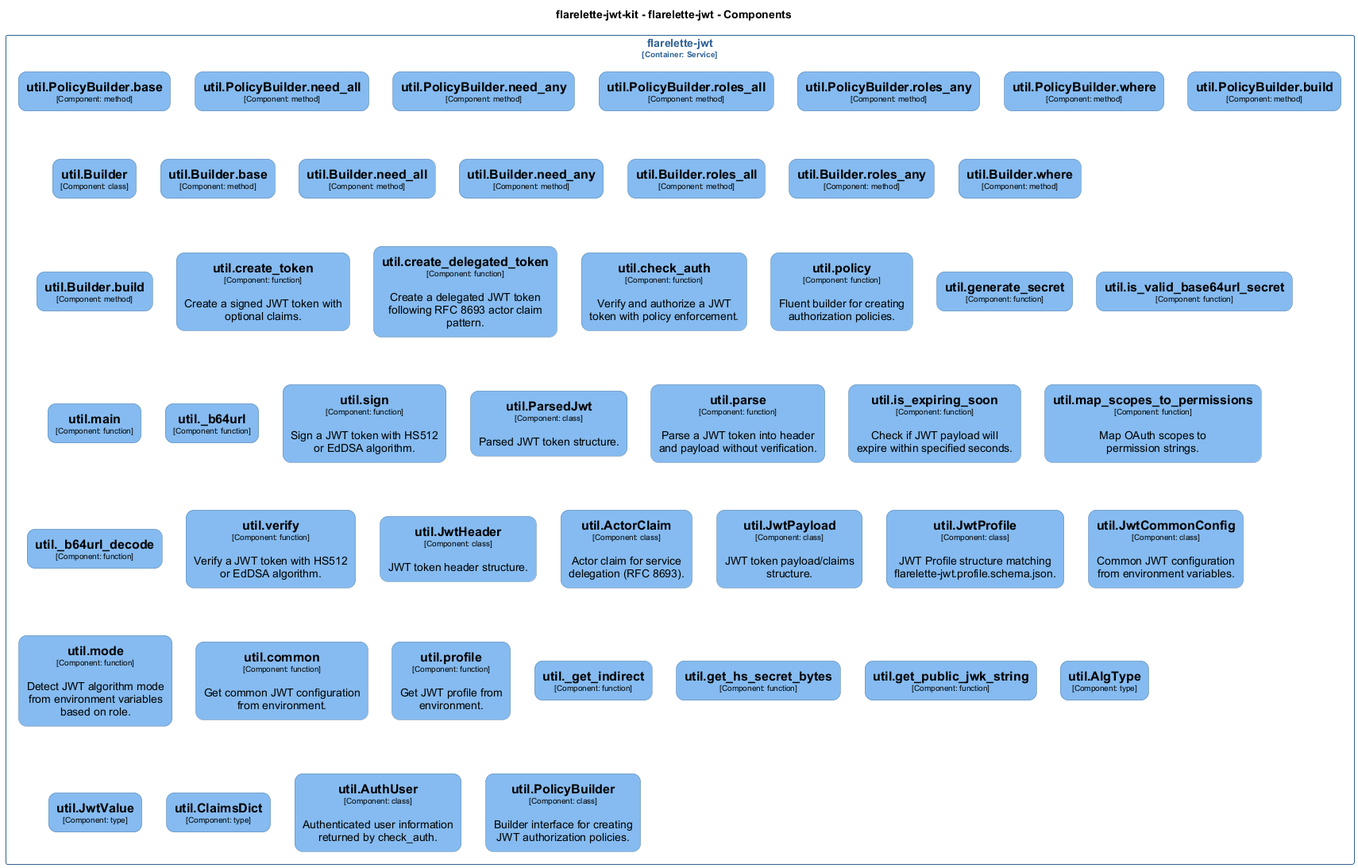
Above: docs/architecture/diagrams/structurizr-Classes_flarelette_jwt__util.png in chrislyons-dev/flarelette-jwt-kit (PlantUML), before the change.
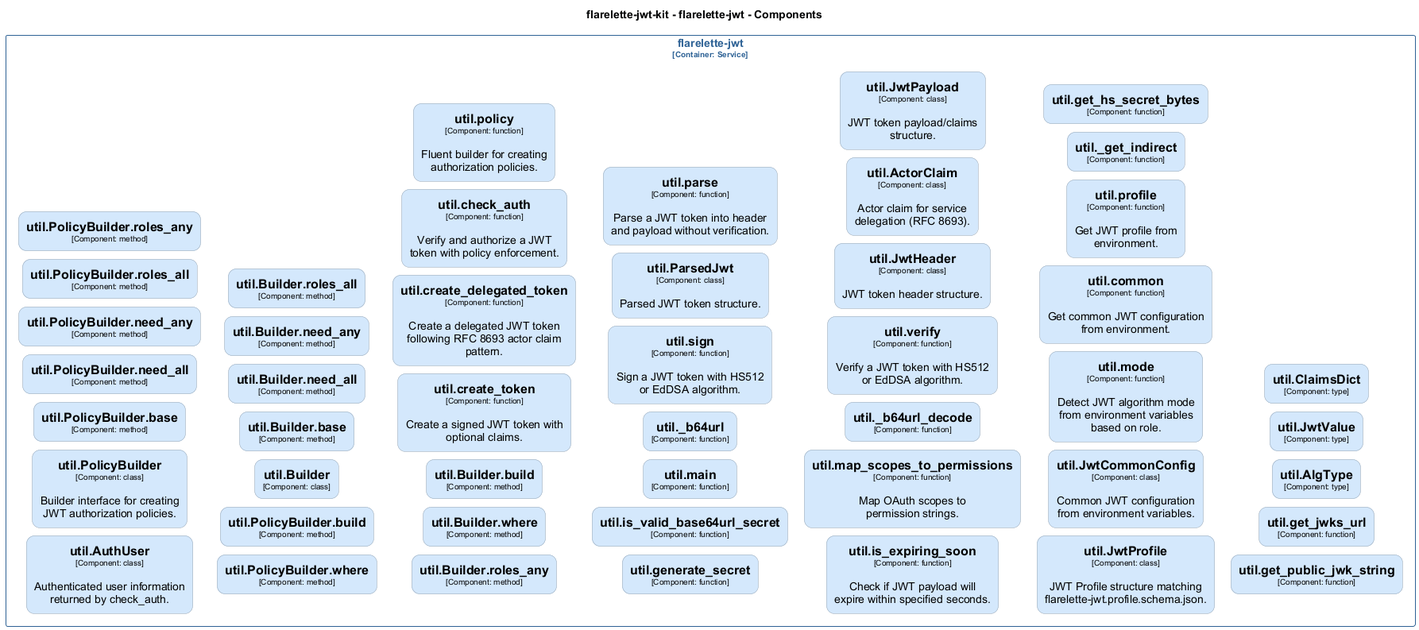
Later version of the same file.

Diff of the diagram source:
```diff
@@ -2,9 +2,9 @@
 set separator none
 title flarelette-jwt-kit - flarelette-jwt - Components
 
-top to bottom direction
-skinparam ranksep 60
-skinparam nodesep 30
+left to right direction
+skinparam ranksep 20
+skinparam nodesep 10
 
 skinparam {
   arrowFontSize 10
@@ -17,324 +17,331 @@
 hide stereotype
 
 skinparam rectangle<<flarelettejwtkit.flarelettejwt.utilActorClaim>> {
-  BackgroundColor #85bbf0
+  BackgroundColor #d4e8fc
   FontColor #000000
-  BorderColor #5d82a8
+  BorderColor #94a2b0
   roundCorner 20
   shadowing false
 }
 skinparam rectangle<<flarelettejwtkit.flarelettejwt.utilAlgType>> {
-  BackgroundColor #85bbf0
+  BackgroundColor #d4e8fc
   FontColor #000000
-  BorderColor #5d82a8
+  BorderColor #94a2b0
   roundCorner 20
   shadowing false
 }
 skinparam rectangle<<flarelettejwtkit.flarelettejwt.utilAuthUser>> {
-  BackgroundColor #85bbf0
+  BackgroundColor #d4e8fc
   FontColor #000000
-  BorderColor #5d82a8
+  BorderColor #94a2b0
   roundCorner 20
   shadowing false
 }
 skinparam rectangle<<flarelettejwtkit.flarelettejwt.utilBuilder>> {
-  BackgroundColor #85bbf0
+  BackgroundColor #d4e8fc
   FontColor #000000
-  BorderColor #5d82a8
+  BorderColor #94a2b0
   roundCorner 20
   shadowing false
 }
 skinparam rectangle<<flarelettejwtkit.flarelettejwt.utilBuilderbase>> {
-  BackgroundColor #85bbf0
+  BackgroundColor #d4e8fc
   FontColor #000000
-  BorderColor #5d82a8
+  BorderColor #94a2b0
   roundCorner 20
   shadowing false
 }
 skinparam rectangle<<flarelettejwtkit.flarelettejwt.utilBuilderbuild>> {
-  BackgroundColor #85bbf0
+  BackgroundColor #d4e8fc
   FontColor #000000
-  BorderColor #5d82a8
+  BorderColor #94a2b0
   roundCorner 20
   shadowing false
 }
 skinparam rectangle<<flarelettejwtkit.flarelettejwt.utilBuilderneed_all>> {
-  BackgroundColor #85bbf0
+  BackgroundColor #d4e8fc
   FontColor #000000
-  BorderColor #5d82a8
+  BorderColor #94a2b0
   roundCorner 20
   shadowing false
 }
 skinparam rectangle<<flarelettejwtkit.flarelettejwt.utilBuilderneed_any>> {
-  BackgroundColor #85bbf0
+  BackgroundColor #d4e8fc
   FontColor #000000
-  BorderColor #5d82a8
+  BorderColor #94a2b0
   roundCorner 20
   shadowing false
 }
 skinparam rectangle<<flarelettejwtkit.flarelettejwt.utilBuilderroles_all>> {
-  BackgroundColor #85bbf0
+  BackgroundColor #d4e8fc
   FontColor #000000
-  BorderColor #5d82a8
+  BorderColor #94a2b0
   roundCorner 20
   shadowing false
 }
 skinparam rectangle<<flarelettejwtkit.flarelettejwt.utilBuilderroles_any>> {
-  BackgroundColor #85bbf0
+  BackgroundColor #d4e8fc
   FontColor #000000
-  BorderColor #5d82a8
+  BorderColor #94a2b0
   roundCorner 20
   shadowing false
 }
 skinparam rectangle<<flarelettejwtkit.flarelettejwt.utilBuilderwhere>> {
-  BackgroundColor #85bbf0
+  BackgroundColor #d4e8fc
   FontColor #000000
-  BorderColor #5d82a8
+  BorderColor #94a2b0
   roundCorner 20
   shadowing false
 }
 skinparam rectangle<<flarelettejwtkit.flarelettejwt.utilClaimsDict>> {
-  BackgroundColor #85bbf0
+  BackgroundColor #d4e8fc
   FontColor #000000
-  BorderColor #5d82a8
+  BorderColor #94a2b0
   roundCorner 20
   shadowing false
 }
 skinparam rectangle<<flarelettejwtkit.flarelettejwt.utilJwtCommonConfig>> {
-  BackgroundColor #85bbf0
+  BackgroundColor #d4e8fc
   FontColor #000000
-  BorderColor #5d82a8
+  BorderColor #94a2b0
   roundCorner 20
   shadowing false
 }
 skinparam rectangle<<flarelettejwtkit.flarelettejwt.utilJwtHeader>> {
-  BackgroundColor #85bbf0
+  BackgroundColor #d4e8fc
   FontColor #000000
-  BorderColor #5d82a8
+  BorderColor #94a2b0
   roundCorner 20
   shadowing false
 }
 skinparam rectangle<<flarelettejwtkit.flarelettejwt.utilJwtPayload>> {
-  BackgroundColor #85bbf0
+  BackgroundColor #d4e8fc
   FontColor #000000
-  BorderColor #5d82a8
+  BorderColor #94a2b0
   roundCorner 20
   shadowing false
 }
 skinparam rectangle<<flarelettejwtkit.flarelettejwt.utilJwtProfile>> {
-  BackgroundColor #85bbf0
+  BackgroundColor #d4e8fc
   FontColor #000000
-  BorderColor #5d82a8
+  BorderColor #94a2b0
   roundCorner 20
   shadowing false
 }
 skinparam rectangle<<flarelettejwtkit.flarelettejwt.utilJwtValue>> {
-  BackgroundColor #85bbf0
+  BackgroundColor #d4e8fc
   FontColor #000000
-  BorderColor #5d82a8
+  BorderColor #94a2b0
   roundCorner 20
   shadowing false
 }
 skinparam rectangle<<flarelettejwtkit.flarelettejwt.utilParsedJwt>> {
-  BackgroundColor #85bbf0
+  BackgroundColor #d4e8fc
   FontColor #000000
-  BorderColor #5d82a8
+  BorderColor #94a2b0
   roundCorner 20
   shadowing false
 }
 skinparam rectangle<<flarelettejwtkit.flarelettejwt.utilPolicyBuilder>> {
-  BackgroundColor #85bbf0
+  BackgroundColor #d4e8fc
   FontColor #000000
-  BorderColor #5d82a8
+  BorderColor #94a2b0
   roundCorner 20
   shadowing false
 }
 skinparam rectangle<<flarelettejwtkit.flarelettejwt.utilPolicyBuilderbase>> {
-  BackgroundColor #85bbf0
+  BackgroundColor #d4e8fc
   FontColor #000000
-  BorderColor #5d82a8
+  BorderColor #94a2b0
   roundCorner 20
   shadowing false
 }
 skinparam rectangle<<flarelettejwtkit.flarelettejwt.utilPolicyBuilderbuild>> {
-  BackgroundColor #85bbf0
+  BackgroundColor #d4e8fc
   FontColor #000000
-  BorderColor #5d82a8
+  BorderColor #94a2b0
   roundCorner 20
   shadowing false
 }
 skinparam rectangle<<flarelettejwtkit.flarelettejwt.utilPolicyBuilderneed_all>> {
-  BackgroundColor #85bbf0
+  BackgroundColor #d4e8fc
   FontColor #000000
-  BorderColor #5d82a8
+  BorderColor #94a2b0
   roundCorner 20
   shadowing false
 }
 skinparam rectangle<<flarelettejwtkit.flarelettejwt.utilPolicyBuilderneed_any>> {
-  BackgroundColor #85bbf0
+  BackgroundColor #d4e8fc
   FontColor #000000
-  BorderColor #5d82a8
+  BorderColor #94a2b0
   roundCorner 20
   shadowing false
 }
 skinparam rectangle<<flarelettejwtkit.flarelettejwt.utilPolicyBuilderroles_all>> {
-  BackgroundColor #85bbf0
+  BackgroundColor #d4e8fc
   FontColor #000000
-  BorderColor #5d82a8
+  BorderColor #94a2b0
   roundCorner 20
   shadowing false
 }
 skinparam rectangle<<flarelettejwtkit.flarelettejwt.utilPolicyBuilderroles_any>> {
-  BackgroundColor #85bbf0
+  BackgroundColor #d4e8fc
   FontColor #000000
-  BorderColor #5d82a8
+  BorderColor #94a2b0
   roundCorner 20
   shadowing false
 }
 skinparam rectangle<<flarelettejwtkit.flarelettejwt.utilPolicyBuilderwhere>> {
-  BackgroundColor #85bbf0
+  BackgroundColor #d4e8fc
   FontColor #000000
-  BorderColor #5d82a8
+  BorderColor #94a2b0
   roundCorner 20
   shadowing false
 }
 skinparam rectangle<<flarelettejwtkit.flarelettejwt.util_b64url>> {
-  BackgroundColor #85bbf0
+  BackgroundColor #d4e8fc
   FontColor #000000
-  BorderColor #5d82a8
+  BorderColor #94a2b0
   roundCorner 20
   shadowing false
 }
 skinparam rectangle<<flarelettejwtkit.flarelettejwt.util_b64url_decode>> {
-  BackgroundColor #85bbf0
+  BackgroundColor #d4e8fc
   FontColor #000000
-  BorderColor #5d82a8
+  BorderColor #94a2b0
   roundCorner 20
   shadowing false
 }
 skinparam rectangle<<flarelettejwtkit.flarelettejwt.util_get_indirect>> {
-  BackgroundColor #85bbf0
+  BackgroundColor #d4e8fc
   FontColor #000000
-  BorderColor #5d82a8
+  BorderColor #94a2b0
   roundCorner 20
   shadowing false
 }
 skinparam rectangle<<flarelettejwtkit.flarelettejwt.utilcheck_auth>> {
-  BackgroundColor #85bbf0
+  BackgroundColor #d4e8fc
   FontColor #000000
-  BorderColor #5d82a8
+  BorderColor #94a2b0
   roundCorner 20
   shadowing false
 }
 skinparam rectangle<<flarelettejwtkit.flarelettejwt.utilcommon>> {
-  BackgroundColor #85bbf0
+  BackgroundColor #d4e8fc
   FontColor #000000
-  BorderColor #5d82a8
+  BorderColor #94a2b0
   roundCorner 20
   shadowing false
 }
 skinparam rectangle<<flarelettejwtkit.flarelettejwt.utilcreate_delegated_token>> {
-  BackgroundColor #85bbf0
+  BackgroundColor #d4e8fc
   FontColor #000000
-  BorderColor #5d82a8
+  BorderColor #94a2b0
   roundCorner 20
   shadowing false
 }
 skinparam rectangle<<flarelettejwtkit.flarelettejwt.utilcreate_token>> {
-  BackgroundColor #85bbf0
+  BackgroundColor #d4e8fc
   FontColor #000000
-  BorderColor #5d82a8
+  BorderColor #94a2b0
   roundCorner 20
   shadowing false
 }
 skinparam rectangle<<flarelettejwtkit.flarelettejwt.utilgenerate_secret>> {
-  BackgroundColor #85bbf0
+  BackgroundColor #d4e8fc
   FontColor #000000
-  BorderColor #5d82a8
+  BorderColor #94a2b0
   roundCorner 20
   shadowing false
 }
 skinparam rectangle<<flarelettejwtkit.flarelettejwt.utilget_hs_secret_bytes>> {
-  BackgroundColor #85bbf0
+  BackgroundColor #d4e8fc
   FontColor #000000
-  BorderColor #5d82a8
+  BorderColor #94a2b0
+  roundCorner 20
+  shadowing false
+}
+skinparam rectangle<<flarelettejwtkit.flarelettejwt.utilget_jwks_url>> {
+  BackgroundColor #d4e8fc
+  FontColor #000000
+  BorderColor #94a2b0
   roundCorner 20
   shadowing false
 }
 skinparam rectangle<<flarelettejwtkit.flarelettejwt.utilget_public_jwk_string>> {
-  BackgroundColor #85bbf0
+  BackgroundColor #d4e8fc
   FontColor #000000
-  BorderColor #5d82a8
+  BorderColor #94a2b0
   roundCorner 20
   shadowing false
 }
 skinparam rectangle<<flarelettejwtkit.flarelettejwt.utilis_expiring_soon>> {
-  BackgroundColor #85bbf0
+  BackgroundColor #d4e8fc
   FontColor #000000
-  BorderColor #5d82a8
+  BorderColor #94a2b0
   roundCorner 20
   shadowing false
 }
 skinparam rectangle<<flarelettejwtkit.flarelettejwt.utilis_valid_base64url_secret>> {
-  BackgroundColor #85bbf0
+  BackgroundColor #d4e8fc
   FontColor #000000
-  BorderColor #5d82a8
+  BorderColor #94a2b0
   roundCorner 20
   shadowing false
 }
 skinparam rectangle<<flarelettejwtkit.flarelettejwt.utilmain>> {
-  BackgroundColor #85bbf0
+  BackgroundColor #d4e8fc
   FontColor #000000
-  BorderColor #5d82a8
+  BorderColor #94a2b0
   roundCorner 20
   shadowing false
 }
 skinparam rectangle<<flarelettejwtkit.flarelettejwt.utilmap_scopes_to_permissions>> {
-  BackgroundColor #85bbf0
+  BackgroundColor #d4e8fc
   FontColor #000000
-  BorderColor #5d82a8
+  BorderColor #94a2b0
   roundCorner 20
   shadowing false
 }
 skinparam rectangle<<flarelettejwtkit.flarelettejwt.utilmode>> {
-  BackgroundColor #85bbf0
+  BackgroundColor #d4e8fc
   FontColor #000000
-  BorderColor #5d82a8
+  BorderColor #94a2b0
   roundCorner 20
   shadowing false
 }
 skinparam rectangle<<flarelettejwtkit.flarelettejwt.utilparse>> {
-  BackgroundColor #85bbf0
+  BackgroundColor #d4e8fc
   FontColor #000000
-  BorderColor #5d82a8
+  BorderColor #94a2b0
   roundCorner 20
   shadowing false
 }
 skinparam rectangle<<flarelettejwtkit.flarelettejwt.utilpolicy>> {
-  BackgroundColor #85bbf0
+  BackgroundColor #d4e8fc
   FontColor #000000
-  BorderColor #5d82a8
+  BorderColor #94a2b0
   roundCorner 20
   shadowing false
 }
 skinparam rectangle<<flarelettejwtkit.flarelettejwt.utilprofile>> {
-  BackgroundColor #85bbf0
+  BackgroundColor #d4e8fc
   FontColor #000000
-  BorderColor #5d82a8
+  BorderColor #94a2b0
   roundCorner 20
   shadowing false
 }
 skinparam rectangle<<flarelettejwtkit.flarelettejwt.utilsign>> {
-  BackgroundColor #85bbf0
+  BackgroundColor #d4e8fc
   FontColor #000000
-  BorderColor #5d82a8
+  BorderColor #94a2b0
   roundCorner 20
   shadowing false
 }
 skinparam rectangle<<flarelettejwtkit.flarelettejwt.utilverify>> {
-  BackgroundColor #85bbf0
+  BackgroundColor #d4e8fc
   FontColor #000000
-  BorderColor #5d82a8
+  BorderColor #94a2b0
   roundCorner 20
   shadowing false
 }
@@ -345,6 +352,8 @@
 }
 
 rectangle "flarelette-jwt\n<size:10>[Container: Service]</size>" <<flarelettejwtkit.flarelettejwt>> {
+  rectangle "==util.AuthUser\n<size:10>[Component: class]</size>\n\nAuthenticated user information returned by check_auth." <<flarelettejwtkit.flarelettejwt.utilAuthUser>> as flarelettejwtkit.flarelettejwt.utilAuthUser
+  rectangle "==util.PolicyBuilder\n<size:10>[Component: class]</size>\n\nBuilder interface for creating JWT authorization policies." <<flarelettejwtkit.flarelettejwt.utilPolicyBuilder>> as flarelettejwtkit.flarelettejwt.utilPolicyBuilder
   rectangle "==util.PolicyBuilder.base\n<size:10>[Component: method]</size>" <<flarelettejwtkit.flarelettejwt.utilPolicyBuilderbase>> as flarelettejwtkit.flarelettejwt.utilPolicyBuilderbase
   rectangle "==util.PolicyBuilder.need_all\n<size:10>[Component: method]</size>" <<flarelettejwtkit.flarelettejwt.utilPolicyBuilderneed_all>> as flarelettejwtkit.flarelettejwt.utilPolicyBuilderneed_all
   rectangle "==util.PolicyBuilder.need_any\n<size:10>[Component: method]</size>" <<flarelettejwtkit.flarelettejwt.utilPolicyBuilderneed_any>> as flarelettejwtkit.flarelettejwt.utilPolicyBuilderneed_any
@@ -386,11 +395,10 @@
   rectangle "==util._get_indirect\n<size:10>[Component: function]</size>" <<flarelettejwtkit.flarelettejwt.util_get_indirect>> as flarelettejwtkit.flarelettejwt.util_get_indirect
   rectangle "==util.get_hs_secret_bytes\n<size:10>[Component: function]</size>" <<flarelettejwtkit.flarelettejwt.utilget_hs_secret_bytes>> as flarelettejwtkit.flarelettejwt.utilget_hs_secret_bytes
   rectangle "==util.get_public_jwk_string\n<size:10>[Component: function]</size>" <<flarelettejwtkit.flarelettejwt.utilget_public_jwk_string>> as flarelettejwtkit.flarelettejwt.utilget_public_jwk_string
+  rectangle "==util.get_jwks_url\n<size:10>[Component: function]</size>" <<flarelettejwtkit.flarelettejwt.utilget_jwks_url>> as flarelettejwtkit.flarelettejwt.utilget_jwks_url
   rectangle "==util.AlgType\n<size:10>[Component: type]</size>" <<flarelettejwtkit.flarelettejwt.utilAlgType>> as flarelettejwtkit.flarelettejwt.utilAlgType
   rectangle "==util.JwtValue\n<size:10>[Component: type]</size>" <<flarelettejwtkit.flarelettejwt.utilJwtValue>> as flarelettejwtkit.flarelettejwt.utilJwtValue
   rectangle "==util.ClaimsDict\n<size:10>[Component: type]</size>" <<flarelettejwtkit.flarelettejwt.utilClaimsDict>> as flarelettejwtkit.flarelettejwt.utilClaimsDict
-  rectangle "==util.AuthUser\n<size:10>[Component: class]</size>\n\nAuthenticated user information returned by check_auth." <<flarelettejwtkit.flarelettejwt.utilAuthUser>> as flarelettejwtkit.flarelettejwt.utilAuthUser
-  rectangle "==util.PolicyBuilder\n<size:10>[Component: class]</size>\n\nBuilder interface for creating JWT authorization policies." <<flarelettejwtkit.flarelettejwt.utilPolicyBuilder>> as flarelettejwtkit.flarelettejwt.utilPolicyBuilder
 }
 
 @enduml
```
